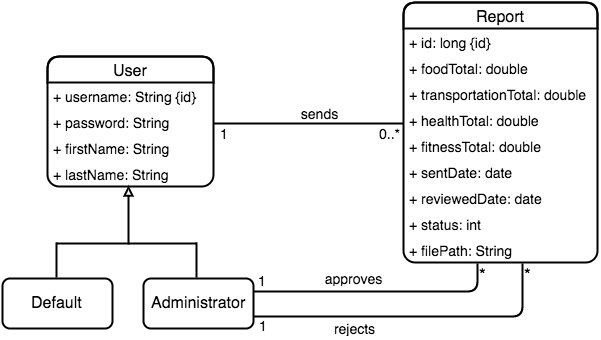
susana1710/libro-pasantia keeps this draw.io diagram as imagenes/class_diagram_server.png. Above is the earlier version. Source tidied: cells renumbered, new cells last; positions are measured from the earlier drawing's top-left corner, leaving out a move shared by most shapes.
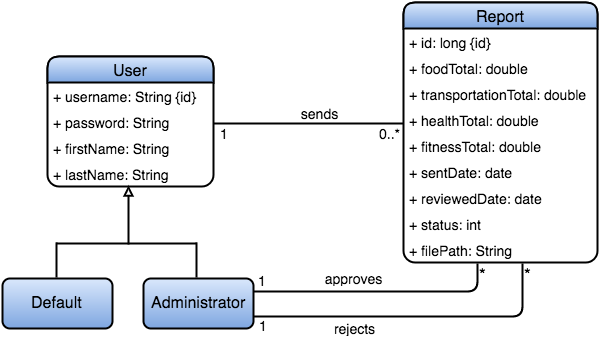
Above is the later version.

The edit, as a diff of the source:
```diff
@@ -2,7 +2,7 @@
   <root>
     <mxCell id="0" />
     <mxCell id="1" parent="0" />
-    <mxCell id="2" value="User" style="swimlane;html=1;fontStyle=0;horizontal=1;startSize=26;fillColor=none;swimlaneFillColor=#ffffff;fontSize=16;rounded=1;shadow=0;comic=0;glass=0;strokeWidth=2;" parent="1" vertex="1">
+    <mxCell id="2" value="User" style="swimlane;html=1;fontStyle=0;horizontal=1;startSize=26;swimlaneFillColor=#ffffff;fontSize=16;rounded=1;shadow=0;comic=0;glass=0;strokeWidth=2;plain-blue;strokeColor=#000000;" parent="1" vertex="1">
       <mxGeometry x="45" y="54" width="166" height="130" as="geometry" />
     </mxCell>
     <mxCell id="3" value="&lt;span&gt;&lt;font style=&quot;font-size: 14px&quot;&gt;+ username: String {id}&lt;/font&gt;&lt;/span&gt;" style="text;html=1;strokeColor=none;fillColor=none;align=left;verticalAlign=top;spacingLeft=4;spacingRight=4;whiteSpace=wrap;overflow=hidden;" parent="2" vertex="1">
@@ -17,7 +17,7 @@
     <mxCell id="6" value="&lt;font style=&quot;font-size: 14px&quot;&gt;+ lastName: String&lt;/font&gt;" style="text;html=1;strokeColor=none;fillColor=none;align=left;verticalAlign=top;spacingLeft=4;spacingRight=4;whiteSpace=wrap;overflow=hidden;points=[[0,0.5],[1,0.5]];portConstraint=eastwest;" parent="2" vertex="1">
       <mxGeometry y="104" width="166" height="26" as="geometry" />
     </mxCell>
-    <mxCell id="7" value="Report" style="swimlane;html=1;fontStyle=0;horizontal=1;startSize=26;fillColor=none;swimlaneFillColor=#ffffff;fontSize=16;rounded=1;shadow=0;strokeWidth=2;" parent="1" vertex="1">
+    <mxCell id="7" value="Report" style="swimlane;html=1;fontStyle=0;horizontal=1;startSize=26;swimlaneFillColor=#ffffff;fontSize=16;rounded=1;shadow=0;strokeWidth=2;plain-blue;strokeColor=#000000;" parent="1" vertex="1">
       <mxGeometry x="401" width="194" height="260" as="geometry" />
     </mxCell>
     <mxCell id="8" value="&lt;font style=&quot;font-size: 14px&quot;&gt;+ id: long {id}&lt;/font&gt;&lt;br&gt;" style="text;html=1;strokeColor=none;fillColor=none;align=left;verticalAlign=top;spacingLeft=4;spacingRight=4;whiteSpace=wrap;overflow=hidden;" parent="7" vertex="1">
@@ -61,10 +61,10 @@
     <mxCell id="19" value="&lt;font style=&quot;font-size: 14px&quot;&gt;sends&lt;/font&gt;" style="text;html=1;strokeColor=none;fillColor=none;align=center;verticalAlign=middle;whiteSpace=wrap;overflow=hidden;fontSize=16;strokeWidth=1;" parent="1" vertex="1">
       <mxGeometry x="291" y="101" width="50" height="20" as="geometry" />
     </mxCell>
-    <mxCell id="20" value="Default" style="html=1;fontSize=16;rounded=1;shadow=0;strokeWidth=2;" parent="1" vertex="1">
+    <mxCell id="20" value="Default" style="html=1;fontSize=16;rounded=1;shadow=0;strokeWidth=2;plain-blue;strokeColor=#000000;" parent="1" vertex="1">
       <mxGeometry y="276" width="110" height="50" as="geometry" />
     </mxCell>
-    <mxCell id="21" value="Administrator" style="html=1;fontSize=16;rounded=1;shadow=0;strokeWidth=2;" parent="1" vertex="1">
+    <mxCell id="21" value="Administrator" style="html=1;fontSize=16;rounded=1;shadow=0;strokeWidth=2;plain-blue;strokeColor=#000000;" parent="1" vertex="1">
       <mxGeometry x="141" y="276" width="110" height="50" as="geometry" />
     </mxCell>
     <mxCell id="22" style="endArrow=block;html=1;entryX=0.486;entryY=0.962;endFill=0;strokeWidth=2;entryPerimeter=0;" parent="1" edge="1" target="6">
```
